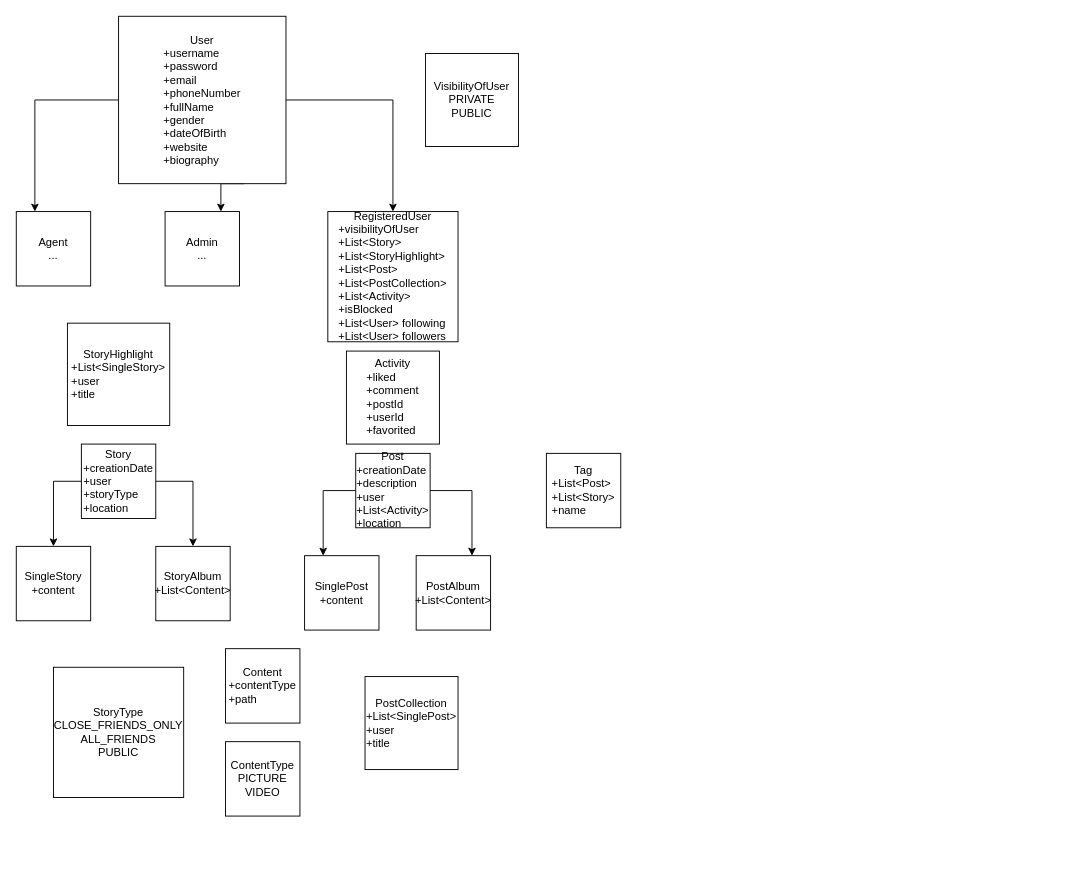
This is XML/Untitled Diagram.drawio from Ana00000/XML-and-BSEP, a draw.io file, before an edit. Source tidied: cells renumbered, new cells numbered last; positions are measured from the earlier drawing's top-left corner, leaving out a move shared by most shapes. Both pictures are drawn from the tidied source at 93%, with x=0, y=0 at pixel (16, 16).
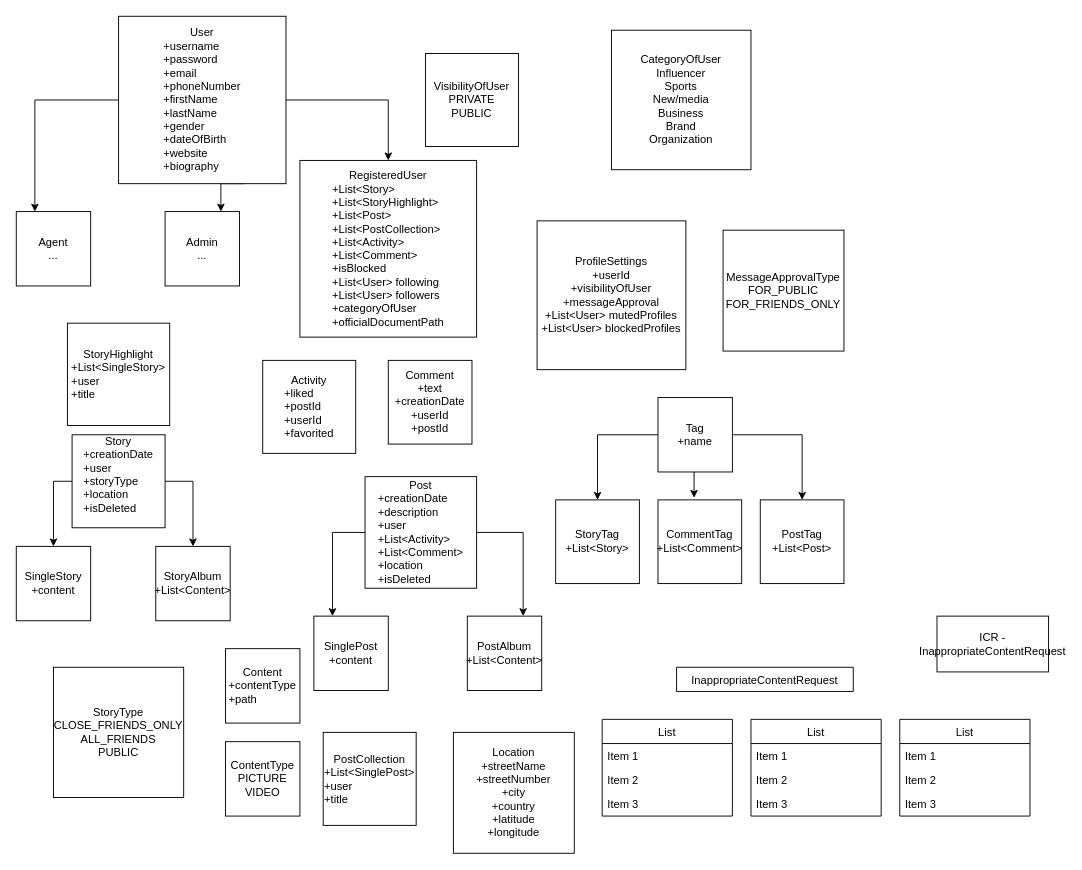
The same page after the edit.

Commit message:
XML-chore: Update model diagram.drawio

What changed in the source:
```diff
@@
-    <mxCell id="5" value="User&lt;br&gt;&lt;div style=&quot;text-align: left&quot;&gt;&lt;span&gt;+username&lt;/span&gt;&lt;/div&gt;&lt;div style=&quot;text-align: left&quot;&gt;&lt;span&gt;+password&lt;/span&gt;&lt;/div&gt;&lt;div style=&quot;text-align: left&quot;&gt;&lt;span&gt;+email&lt;/span&gt;&lt;/div&gt;&lt;div style=&quot;text-align: left&quot;&gt;&lt;span&gt;+phoneNumber&lt;/span&gt;&lt;/div&gt;&lt;div style=&quot;text-align: left&quot;&gt;&lt;span&gt;+fullName&lt;/span&gt;&lt;/div&gt;&lt;div style=&quot;text-align: left&quot;&gt;&lt;span&gt;+gender&lt;/span&gt;&lt;/div&gt;&lt;div style=&quot;text-align: left&quot;&gt;&lt;span&gt;+dateOfBirth&lt;/span&gt;&lt;/div&gt;&lt;div style=&quot;text-align: left&quot;&gt;&lt;span&gt;+website&lt;/span&gt;&lt;/div&gt;&lt;div style=&quot;text-align: left&quot;&gt;&lt;span&gt;+biography&lt;/span&gt;&lt;/div&gt;" style="whiteSpace=wrap;html=1;" parent="1" vertex="1">
+    <mxCell id="5" value="User&lt;br&gt;&lt;div style=&quot;text-align: left&quot;&gt;&lt;span&gt;+username&lt;/span&gt;&lt;/div&gt;&lt;div style=&quot;text-align: left&quot;&gt;&lt;span&gt;+password&lt;/span&gt;&lt;/div&gt;&lt;div style=&quot;text-align: left&quot;&gt;&lt;span&gt;+email&lt;/span&gt;&lt;/div&gt;&lt;div style=&quot;text-align: left&quot;&gt;&lt;span&gt;+phoneNumber&lt;/span&gt;&lt;/div&gt;&lt;div style=&quot;text-align: left&quot;&gt;&lt;span&gt;+firstName&lt;/span&gt;&lt;/div&gt;&lt;div style=&quot;text-align: left&quot;&gt;&lt;span&gt;+lastName&lt;/span&gt;&lt;/div&gt;&lt;div style=&quot;text-align: left&quot;&gt;&lt;span&gt;+gender&lt;/span&gt;&lt;/div&gt;&lt;div style=&quot;text-align: left&quot;&gt;&lt;span&gt;+dateOfBirth&lt;/span&gt;&lt;/div&gt;&lt;div style=&quot;text-align: left&quot;&gt;&lt;span&gt;+website&lt;/span&gt;&lt;/div&gt;&lt;div style=&quot;text-align: left&quot;&gt;&lt;span&gt;+biography&lt;br&gt;&lt;/span&gt;&lt;/div&gt;" style="whiteSpace=wrap;html=1;" parent="1" vertex="1">
       <mxGeometry x="110" width="180" height="180" as="geometry" />
     </mxCell>
@@
-    <mxCell id="7" value="RegisteredUser&lt;br&gt;&lt;div style=&quot;text-align: left&quot;&gt;&lt;span&gt;+visibilityOfUser&lt;/span&gt;&lt;/div&gt;&lt;div style=&quot;text-align: left&quot;&gt;&lt;span&gt;+List&amp;lt;Story&amp;gt;&lt;/span&gt;&lt;/div&gt;&lt;div style=&quot;text-align: left&quot;&gt;&lt;span&gt;+List&amp;lt;StoryHighlight&amp;gt;&lt;/span&gt;&lt;/div&gt;&lt;div style=&quot;text-align: left&quot;&gt;&lt;span&gt;+List&amp;lt;Post&amp;gt;&lt;/span&gt;&lt;/div&gt;&lt;div style=&quot;text-align: left&quot;&gt;&lt;span&gt;+List&amp;lt;PostCollection&amp;gt;&lt;/span&gt;&lt;/div&gt;&lt;div style=&quot;text-align: left&quot;&gt;&lt;span&gt;+List&amp;lt;Activity&amp;gt;&lt;/span&gt;&lt;/div&gt;&lt;div style=&quot;text-align: left&quot;&gt;&lt;span&gt;+isBlocked&lt;/span&gt;&lt;/div&gt;&lt;div style=&quot;text-align: left&quot;&gt;&lt;span&gt;+List&amp;lt;User&amp;gt; following&lt;/span&gt;&lt;/div&gt;&lt;div style=&quot;text-align: left&quot;&gt;&lt;span&gt;+List&amp;lt;User&amp;gt; followers&lt;/span&gt;&lt;/div&gt;" style="whiteSpace=wrap;html=1;" parent="1" vertex="1">
-      <mxGeometry x="335" y="210" width="140" height="140" as="geometry" />
+    <mxCell id="7" value="RegisteredUser&lt;br&gt;&lt;div style=&quot;text-align: left&quot;&gt;&lt;span&gt;+List&amp;lt;Story&amp;gt;&lt;/span&gt;&lt;/div&gt;&lt;div style=&quot;text-align: left&quot;&gt;&lt;span&gt;+List&amp;lt;StoryHighlight&amp;gt;&lt;/span&gt;&lt;/div&gt;&lt;div style=&quot;text-align: left&quot;&gt;&lt;span&gt;+List&amp;lt;Post&amp;gt;&lt;/span&gt;&lt;/div&gt;&lt;div style=&quot;text-align: left&quot;&gt;&lt;span&gt;+List&amp;lt;PostCollection&amp;gt;&lt;/span&gt;&lt;/div&gt;&lt;div style=&quot;text-align: left&quot;&gt;&lt;span&gt;+List&amp;lt;Activity&amp;gt;&lt;/span&gt;&lt;/div&gt;&lt;div style=&quot;text-align: left&quot;&gt;+List&amp;lt;Comment&amp;gt;&lt;span&gt;&lt;br&gt;&lt;/span&gt;&lt;/div&gt;&lt;div style=&quot;text-align: left&quot;&gt;&lt;span&gt;+isBlocked&lt;/span&gt;&lt;/div&gt;&lt;div style=&quot;text-align: left&quot;&gt;&lt;span&gt;+List&amp;lt;User&amp;gt; following&lt;/span&gt;&lt;/div&gt;&lt;div style=&quot;text-align: left&quot;&gt;&lt;span&gt;+List&amp;lt;User&amp;gt; followers&lt;br&gt;+categoryOfUser&lt;/span&gt;&lt;/div&gt;&lt;div style=&quot;text-align: left&quot;&gt;+officialDocumentPath&lt;/div&gt;" style="whiteSpace=wrap;html=1;" parent="1" vertex="1">
+      <mxGeometry x="305" y="155" width="190" height="190" as="geometry" />
     </mxCell>
@@
     <mxCell id="12" value="PostAlbum&lt;br&gt;+List&amp;lt;Content&amp;gt;" style="whiteSpace=wrap;html=1;" parent="1" vertex="1">
-      <mxGeometry x="430" y="580" width="80" height="80" as="geometry" />
+      <mxGeometry x="485" y="645" width="80" height="80" as="geometry" />
     </mxCell>
@@
-    <mxCell id="15" value="Story&lt;br&gt;&lt;div style=&quot;text-align: left&quot;&gt;&lt;span&gt;+creationDate&lt;/span&gt;&lt;/div&gt;&lt;div style=&quot;text-align: left&quot;&gt;&lt;span&gt;+user&lt;/span&gt;&lt;/div&gt;&lt;div style=&quot;text-align: left&quot;&gt;&lt;span&gt;+storyType&lt;/span&gt;&lt;/div&gt;&lt;div style=&quot;text-align: left&quot;&gt;&lt;span&gt;+location&lt;/span&gt;&lt;/div&gt;" style="whiteSpace=wrap;html=1;" parent="1" vertex="1">
-      <mxGeometry x="70" y="460" width="80" height="80" as="geometry" />
+    <mxCell id="15" value="Story&lt;br&gt;&lt;div style=&quot;text-align: left&quot;&gt;&lt;span&gt;+creationDate&lt;/span&gt;&lt;/div&gt;&lt;div style=&quot;text-align: left&quot;&gt;&lt;span&gt;+user&lt;/span&gt;&lt;/div&gt;&lt;div style=&quot;text-align: left&quot;&gt;&lt;span&gt;+storyType&lt;/span&gt;&lt;/div&gt;&lt;div style=&quot;text-align: left&quot;&gt;&lt;span&gt;+location&lt;br&gt;+isDeleted&lt;/span&gt;&lt;/div&gt;&lt;div style=&quot;text-align: left&quot;&gt;&lt;span&gt;&lt;br&gt;&lt;/span&gt;&lt;/div&gt;" style="whiteSpace=wrap;html=1;" parent="1" vertex="1">
+      <mxGeometry x="60" y="450" width="100" height="100" as="geometry" />
     </mxCell>
-    <mxCell id="16" value="Activity&lt;br&gt;&lt;div style=&quot;text-align: left&quot;&gt;&lt;span&gt;+liked&lt;/span&gt;&lt;/div&gt;&lt;div style=&quot;text-align: left&quot;&gt;&lt;span&gt;+comment&lt;/span&gt;&lt;/div&gt;&lt;div style=&quot;text-align: left&quot;&gt;&lt;span&gt;+postId&lt;/span&gt;&lt;/div&gt;&lt;div style=&quot;text-align: left&quot;&gt;&lt;span&gt;+userId&lt;/span&gt;&lt;/div&gt;&lt;div style=&quot;text-align: left&quot;&gt;&lt;span&gt;+favorited&lt;/span&gt;&lt;/div&gt;" style="whiteSpace=wrap;html=1;" parent="1" vertex="1">
-      <mxGeometry x="355" y="360" width="100" height="100" as="geometry" />
+    <mxCell id="16" value="Activity&lt;br&gt;&lt;div style=&quot;text-align: left&quot;&gt;&lt;span&gt;+liked&lt;/span&gt;&lt;/div&gt;&lt;div style=&quot;text-align: left&quot;&gt;&lt;span&gt;+postId&lt;/span&gt;&lt;br&gt;&lt;/div&gt;&lt;div style=&quot;text-align: left&quot;&gt;&lt;span&gt;+userId&lt;/span&gt;&lt;/div&gt;&lt;div style=&quot;text-align: left&quot;&gt;&lt;span&gt;+favorited&lt;/span&gt;&lt;/div&gt;" style="whiteSpace=wrap;html=1;" parent="1" vertex="1">
+      <mxGeometry x="265" y="370" width="100" height="100" as="geometry" />
     </mxCell>
@@
-    <mxCell id="19" value="Post&lt;br&gt;&lt;div style=&quot;text-align: left&quot;&gt;&lt;span&gt;+creationDate&lt;/span&gt;&lt;/div&gt;&lt;div style=&quot;text-align: left&quot;&gt;&lt;span&gt;+description&lt;/span&gt;&lt;/div&gt;&lt;div style=&quot;text-align: left&quot;&gt;&lt;span&gt;+user&lt;/span&gt;&lt;/div&gt;&lt;div style=&quot;text-align: left&quot;&gt;+List&amp;lt;Activity&amp;gt;&lt;span&gt;&lt;br&gt;&lt;/span&gt;&lt;/div&gt;&lt;div style=&quot;text-align: left&quot;&gt;+location&lt;/div&gt;" style="whiteSpace=wrap;html=1;" parent="1" vertex="1">
-      <mxGeometry x="365" y="470" width="80" height="80" as="geometry" />
+    <mxCell id="19" value="Post&lt;br&gt;&lt;div style=&quot;text-align: left&quot;&gt;&lt;span&gt;+creationDate&lt;/span&gt;&lt;/div&gt;&lt;div style=&quot;text-align: left&quot;&gt;&lt;span&gt;+description&lt;/span&gt;&lt;/div&gt;&lt;div style=&quot;text-align: left&quot;&gt;&lt;span&gt;+user&lt;/span&gt;&lt;/div&gt;&lt;div style=&quot;text-align: left&quot;&gt;+List&amp;lt;Activity&amp;gt;&lt;span&gt;&lt;br&gt;&lt;/span&gt;&lt;/div&gt;&lt;div style=&quot;text-align: left&quot;&gt;+List&amp;lt;Comment&amp;gt;&lt;br&gt;&lt;/div&gt;&lt;div style=&quot;text-align: left&quot;&gt;+location&lt;br&gt;+isDeleted&lt;/div&gt;" style="whiteSpace=wrap;html=1;" parent="1" vertex="1">
+      <mxGeometry x="375" y="495" width="120" height="120" as="geometry" />
     </mxCell>
     <mxCell id="20" value="SinglePost&lt;br&gt;+content" style="whiteSpace=wrap;html=1;" parent="1" vertex="1">
-      <mxGeometry x="310" y="580" width="80" height="80" as="geometry" />
+      <mxGeometry x="320" y="645" width="80" height="80" as="geometry" />
     </mxCell>
@@
     <mxCell id="24" value="PostCollection&lt;br&gt;&lt;div style=&quot;text-align: left&quot;&gt;&lt;span&gt;+List&amp;lt;SinglePost&amp;gt;&lt;/span&gt;&lt;/div&gt;&lt;div style=&quot;text-align: left&quot;&gt;&lt;span&gt;+user&lt;/span&gt;&lt;/div&gt;&lt;div style=&quot;text-align: left&quot;&gt;&lt;span&gt;+title&lt;/span&gt;&lt;/div&gt;" style="whiteSpace=wrap;html=1;" parent="1" vertex="1">
-      <mxGeometry x="375" y="710" width="100" height="100" as="geometry" />
+      <mxGeometry x="330" y="770" width="100" height="100" as="geometry" />
     </mxCell>
@@
+    <mxCell id="28" style="edgeStyle=orthogonalEdgeStyle;rounded=0;jettySize=auto;html=1;exitX=0;exitY=0.5;exitDx=0;exitDy=0;entryX=0.5;entryY=0;entryDx=0;entryDy=0;" parent="1" edge="1" source="26" target="36">
+      <mxGeometry relative="1" as="geometry" />
+    </mxCell>
+    <mxCell id="29" style="edgeStyle=orthogonalEdgeStyle;rounded=0;jettySize=auto;html=1;exitX=1;exitY=0.5;exitDx=0;exitDy=0;entryX=0.5;entryY=0;entryDx=0;entryDy=0;" parent="1" edge="1" source="26" target="35">
+      <mxGeometry relative="1" as="geometry" />
+    </mxCell>
+    <mxCell id="30" style="edgeStyle=orthogonalEdgeStyle;rounded=0;jettySize=auto;html=1;exitX=0.5;exitY=1;exitDx=0;exitDy=0;entryX=0.431;entryY=-0.024;entryDx=0;entryDy=0;entryPerimeter=0;" parent="1" edge="1" source="26" target="38">
+      <mxGeometry relative="1" as="geometry" />
+    </mxCell>
-    <mxCell id="26" value="Tag&lt;br&gt;&lt;div style=&quot;text-align: left&quot;&gt;&lt;span&gt;+List&amp;lt;Post&amp;gt;&lt;/span&gt;&lt;/div&gt;&lt;div style=&quot;text-align: left&quot;&gt;&lt;span&gt;+List&amp;lt;Story&amp;gt;&lt;/span&gt;&lt;/div&gt;&lt;div style=&quot;text-align: left&quot;&gt;&lt;span&gt;+name&lt;/span&gt;&lt;/div&gt;" style="whiteSpace=wrap;html=1;" parent="1" vertex="1">
-      <mxGeometry x="570" y="470" width="80" height="80" as="geometry" />
+    <mxCell id="26" value="Tag&lt;br&gt;&lt;div style=&quot;text-align: left&quot;&gt;&lt;span&gt;+name&lt;/span&gt;&lt;/div&gt;" style="whiteSpace=wrap;html=1;" parent="1" vertex="1">
+      <mxGeometry x="690" y="410" width="80" height="80" as="geometry" />
     </mxCell>
@@
+    <mxCell id="31" value="Location&lt;br&gt;+streetName&lt;br&gt;+streetNumber&lt;br&gt;+city&lt;br&gt;+country&lt;br&gt;+latitude&lt;br&gt;+longitude" style="whiteSpace=wrap;html=1;" parent="1" vertex="1">
+      <mxGeometry x="470" y="770" width="130" height="130" as="geometry" />
+    </mxCell>
+    <mxCell id="32" value="CategoryOfUser&lt;br&gt;Influencer&lt;br&gt;Sports&lt;br&gt;New/media&lt;br&gt;Business&lt;br&gt;Brand&lt;br&gt;Organization" style="whiteSpace=wrap;html=1;" parent="1" vertex="1">
+      <mxGeometry x="640" y="15" width="150" height="150" as="geometry" />
+    </mxCell>
+    <mxCell id="33" value="ProfileSettings&lt;br&gt;&lt;span style=&quot;text-align: left&quot;&gt;+userId&lt;br&gt;+visibilityOfUser&lt;br&gt;&lt;/span&gt;+messageApproval&lt;br&gt;+List&amp;lt;User&amp;gt; mutedProfiles&lt;br&gt;+List&amp;lt;User&amp;gt; blockedProfiles" style="whiteSpace=wrap;html=1;" parent="1" vertex="1">
+      <mxGeometry x="560" y="220" width="160" height="160" as="geometry" />
+    </mxCell>
+    <mxCell id="34" value="MessageApprovalType&lt;br&gt;FOR_PUBLIC&lt;br&gt;FOR_FRIENDS_ONLY" style="whiteSpace=wrap;html=1;" parent="1" vertex="1">
+      <mxGeometry x="760" y="230" width="130" height="130" as="geometry" />
+    </mxCell>
+    <mxCell id="35" value="PostTag&lt;br&gt;+List&amp;lt;Post&amp;gt;" style="whiteSpace=wrap;html=1;" parent="1" vertex="1">
+      <mxGeometry x="800" y="520" width="90" height="90" as="geometry" />
+    </mxCell>
+    <mxCell id="36" value="StoryTag&lt;br&gt;+List&amp;lt;Story&amp;gt;" style="whiteSpace=wrap;html=1;" parent="1" vertex="1">
+      <mxGeometry x="580" y="520" width="90" height="90" as="geometry" />
+    </mxCell>
+    <mxCell id="37" value="Comment&lt;br&gt;+text&lt;br&gt;+creationDate&lt;br&gt;+userId&lt;br&gt;+postId&lt;br&gt;" style="whiteSpace=wrap;html=1;" parent="1" vertex="1">
+      <mxGeometry x="400" y="370" width="90" height="90" as="geometry" />
+    </mxCell>
+    <mxCell id="38" value="CommentTag&lt;br&gt;+List&amp;lt;Comment&amp;gt;" style="whiteSpace=wrap;html=1;" parent="1" vertex="1">
+      <mxGeometry x="690" y="520" width="90" height="90" as="geometry" />
+    </mxCell>
+    <mxCell id="39" value="ICR - InappropriateContentRequest" style="rounded=0;whiteSpace=wrap;html=1;align=center;" parent="1" vertex="1">
+      <mxGeometry x="990" y="645" width="120" height="60" as="geometry" />
+    </mxCell>
+    <mxCell id="40" value="InappropriateContentRequest" style="swimlane;fontStyle=0;horizontal=1;startSize=26;fillColor=none;align=center;" parent="1" vertex="1" collapsed="1">
+      <mxGeometry x="710" y="700" width="190" height="26" as="geometry" />
+    </mxCell>
+    <mxCell id="41" value="List" style="swimlane;fontStyle=0;horizontal=1;startSize=26;fillColor=none;align=center;" parent="1" vertex="1">
+      <mxGeometry x="630" y="756" width="140" height="104" as="geometry" />
+    </mxCell>
+    <mxCell id="42" value="Item 1" style="text;strokeColor=none;fillColor=none;align=left;verticalAlign=top;spacingLeft=4;spacingRight=4;overflow=hidden;" parent="41" vertex="1">
+      <mxGeometry y="26" width="140" height="26" as="geometry" />
+    </mxCell>
+    <mxCell id="43" value="Item 2" style="text;strokeColor=none;fillColor=none;align=left;verticalAlign=top;spacingLeft=4;spacingRight=4;overflow=hidden;" parent="41" vertex="1">
+      <mxGeometry y="52" width="140" height="26" as="geometry" />
+    </mxCell>
+    <mxCell id="44" value="Item 3" style="text;strokeColor=none;fillColor=none;align=left;verticalAlign=top;spacingLeft=4;spacingRight=4;overflow=hidden;" parent="41" vertex="1">
+      <mxGeometry y="78" width="140" height="26" as="geometry" />
+    </mxCell>
+    <mxCell id="45" value="List" style="swimlane;fontStyle=0;horizontal=1;startSize=26;fillColor=none;align=center;" parent="1" vertex="1">
+      <mxGeometry x="790" y="756" width="140" height="104" as="geometry" />
+    </mxCell>
+    <mxCell id="46" value="Item 1" style="text;strokeColor=none;fillColor=none;align=left;verticalAlign=top;spacingLeft=4;spacingRight=4;overflow=hidden;" parent="45" vertex="1">
+      <mxGeometry y="26" width="140" height="26" as="geometry" />
+    </mxCell>
+    <mxCell id="47" value="Item 2" style="text;strokeColor=none;fillColor=none;align=left;verticalAlign=top;spacingLeft=4;spacingRight=4;overflow=hidden;" parent="45" vertex="1">
+      <mxGeometry y="52" width="140" height="26" as="geometry" />
+    </mxCell>
+    <mxCell id="48" value="Item 3" style="text;strokeColor=none;fillColor=none;align=left;verticalAlign=top;spacingLeft=4;spacingRight=4;overflow=hidden;" parent="45" vertex="1">
+      <mxGeometry y="78" width="140" height="26" as="geometry" />
+    </mxCell>
+    <mxCell id="49" value="List" style="swimlane;fontStyle=0;horizontal=1;startSize=26;fillColor=none;align=center;" parent="1" vertex="1">
+      <mxGeometry x="950" y="756" width="140" height="104" as="geometry" />
+    </mxCell>
+    <mxCell id="50" value="Item 1" style="text;strokeColor=none;fillColor=none;align=left;verticalAlign=top;spacingLeft=4;spacingRight=4;overflow=hidden;" parent="49" vertex="1">
+      <mxGeometry y="26" width="140" height="26" as="geometry" />
+    </mxCell>
+    <mxCell id="51" value="Item 2" style="text;strokeColor=none;fillColor=none;align=left;verticalAlign=top;spacingLeft=4;spacingRight=4;overflow=hidden;" parent="49" vertex="1">
+      <mxGeometry y="52" width="140" height="26" as="geometry" />
+    </mxCell>
+    <mxCell id="52" value="Item 3" style="text;strokeColor=none;fillColor=none;align=left;verticalAlign=top;spacingLeft=4;spacingRight=4;overflow=hidden;" parent="49" vertex="1">
+      <mxGeometry y="78" width="140" height="26" as="geometry" />
+    </mxCell>
```
